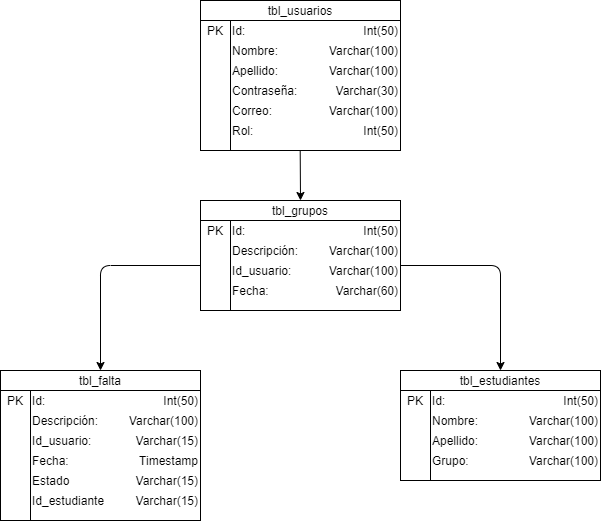
This is modelorelacional.png from Missalejolo/equipo2_fbm_ppi2020, a draw.io export, as it was before one commit. Source tidied: cells renumbered, new cells last; positions are measured from the earlier drawing's top-left corner, leaving out a move shared by most shapes.
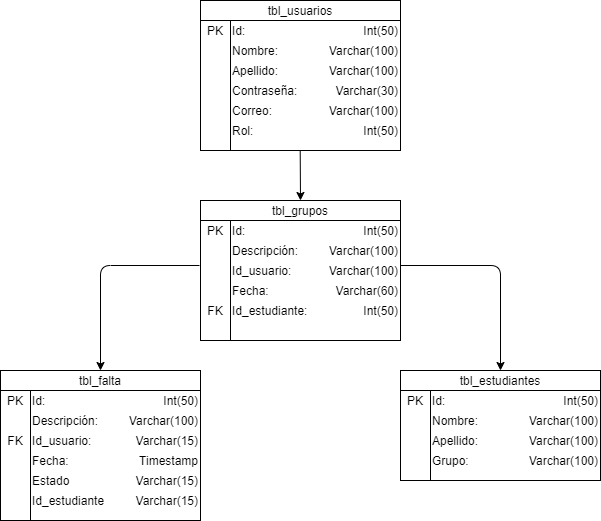
The same diagram one commit later.

The edit, as a diff of the source:
```diff
@@ -138,10 +138,10 @@
       <mxGeometry x="200" y="200" width="200" height="20" as="geometry" />
     </mxCell>
     <mxCell id="47" style="rounded=0;whiteSpace=wrap;html=1;" parent="1" vertex="1">
-      <mxGeometry x="230" y="220" width="170" height="90" as="geometry" />
+      <mxGeometry x="230" y="220" width="170" height="120" as="geometry" />
     </mxCell>
     <mxCell id="48" style="rounded=0;whiteSpace=wrap;html=1;" parent="1" vertex="1">
-      <mxGeometry x="200" y="220" width="30" height="90" as="geometry" />
+      <mxGeometry x="200" y="220" width="30" height="120" as="geometry" />
     </mxCell>
     <mxCell id="49" value="Id:" style="text;html=1;strokeColor=none;fillColor=none;align=left;verticalAlign=middle;whiteSpace=wrap;rounded=0;" parent="1" vertex="1">
       <mxGeometry x="230" y="220" width="80" height="20" as="geometry" />
@@ -173,8 +173,9 @@
     <mxCell id="58" style="endArrow=classic;html=1;exitX=0.41;exitY=1.001;exitDx=0;exitDy=0;exitPerimeter=0;entryX=0.5;entryY=0;entryDx=0;entryDy=0;" parent="1" edge="1" source="3" target="46">
       <mxGeometry relative="1" as="geometry" />
     </mxCell>
-    <mxCell id="59" style="endArrow=classic;html=1;exitX=0;exitY=0.5;exitDx=0;exitDy=0;entryX=0.5;entryY=0;entryDx=0;entryDy=0;" parent="1" edge="1" source="48" target="30">
+    <mxCell id="59" style="endArrow=classic;html=1;entryX=0.5;entryY=0;entryDx=0;entryDy=0;" parent="1" edge="1" target="30">
       <mxGeometry relative="1" as="geometry">
+        <mxPoint x="199" y="265" as="sourcePoint" />
         <Array as="points">
           <mxPoint x="100" y="265" />
         </Array>
@@ -187,5 +188,17 @@
         </Array>
       </mxGeometry>
     </mxCell>
+    <mxCell id="61" value="FK" style="text;html=1;strokeColor=none;fillColor=none;align=center;verticalAlign=middle;whiteSpace=wrap;rounded=0;" parent="1" vertex="1">
+      <mxGeometry y="430" width="30" height="20" as="geometry" />
+    </mxCell>
+    <mxCell id="62" value="Id_estudiante:" style="text;html=1;strokeColor=none;fillColor=none;align=left;verticalAlign=middle;whiteSpace=wrap;rounded=0;" parent="1" vertex="1">
+      <mxGeometry x="230" y="300" width="80" height="20" as="geometry" />
+    </mxCell>
+    <mxCell id="63" value="Int(50)" style="text;html=1;strokeColor=none;fillColor=none;align=right;verticalAlign=middle;whiteSpace=wrap;rounded=0;" parent="1" vertex="1">
+      <mxGeometry x="320" y="300" width="80" height="20" as="geometry" />
+    </mxCell>
+    <mxCell id="64" value="FK" style="text;html=1;strokeColor=none;fillColor=none;align=center;verticalAlign=middle;whiteSpace=wrap;rounded=0;" parent="1" vertex="1">
+      <mxGeometry x="200" y="300" width="30" height="20" as="geometry" />
+    </mxCell>
   </root>
 </mxGraphModel>
```
